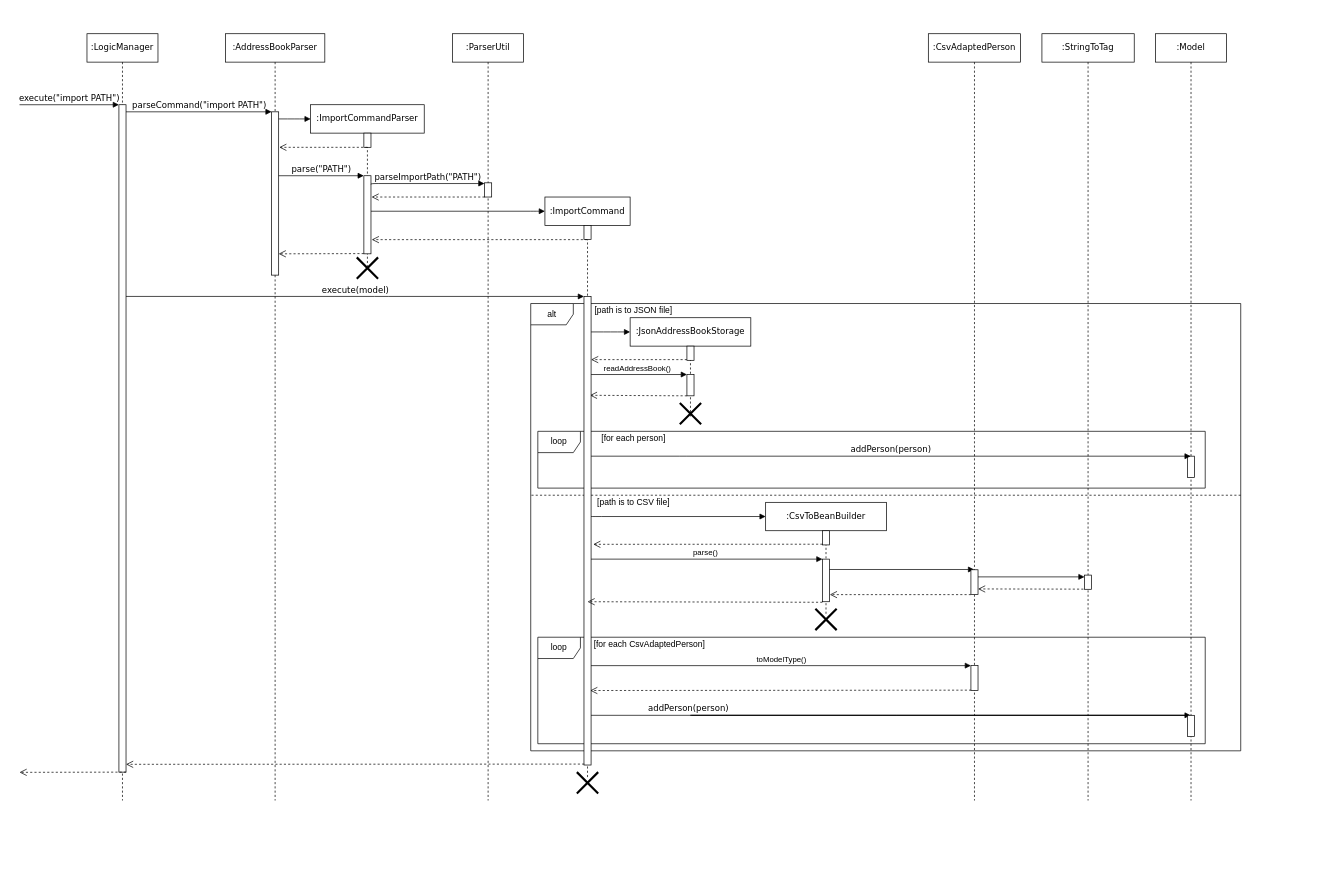
Earlier version of the draw.io diagram docs/diagrams/ImportSequenceDiagram.drawio (nus-cs2103-AY2223S1/tp). Source tidied: cells renumbered, new cells numbered last; positions are measured from the earlier drawing's top-left corner, leaving out a move shared by most shapes. Both pictures are drawn from the tidied source at 71%, with x=0, y=0 at pixel (19, 33).
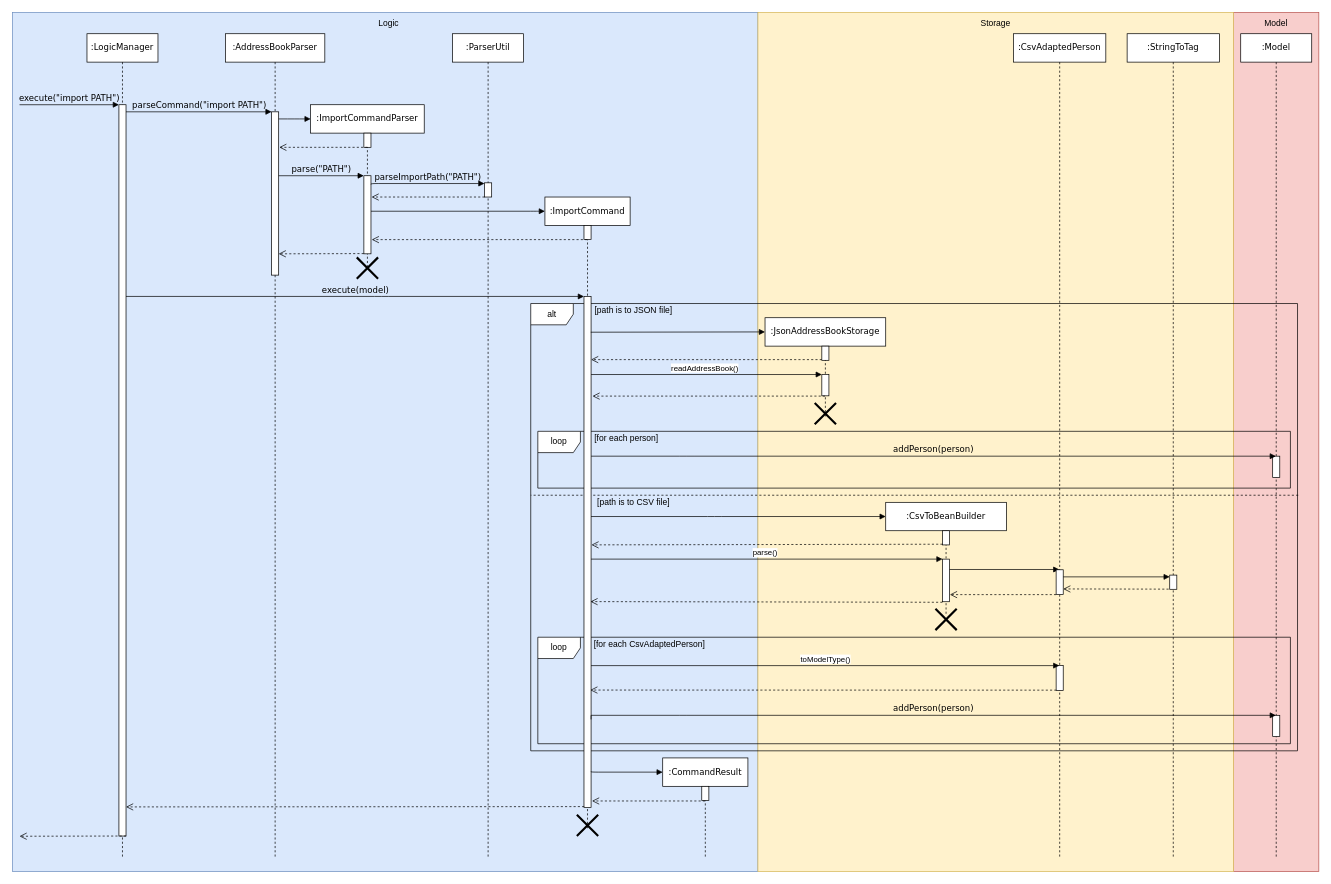
The same diagram, later.

The change refers to these unchanged cells:
```xml
<mxCell id="45" style="html=1;points=[];perimeter=orthogonalPerimeter;rounded=0;glass=0;" parent="44" vertex="1">
  <mxGeometry x="80" y="40" width="10" height="20" as="geometry" />
</mxCell>
<mxCell id="46" style="html=1;points=[];perimeter=orthogonalPerimeter;rounded=0;glass=0;" parent="44" vertex="1">
  <mxGeometry x="80" y="80" width="10" height="60" as="geometry" />
</mxCell>
<mxCell id="58" style="html=1;points=[];perimeter=orthogonalPerimeter;rounded=0;glass=0;" parent="56" vertex="1">
  <mxGeometry x="60" y="762.5" width="10" height="20" as="geometry" />
</mxCell>
```

Diff of the diagram source:
```diff
@@
+    <mxCell id="70" style="rounded=0;whiteSpace=wrap;html=1;glass=0;fillColor=#f8cecc;strokeColor=#b85450;" parent="1" vertex="1">
+      <mxGeometry x="1710" y="-30" width="120" height="1210" as="geometry" />
+    </mxCell>
+    <mxCell id="71" style="rounded=0;whiteSpace=wrap;html=1;glass=0;fillColor=#dae8fc;strokeColor=#6c8ebf;" parent="1" vertex="1">
+      <mxGeometry x="-10" y="-30" width="1050" height="1210" as="geometry" />
+    </mxCell>
+    <mxCell id="72" style="rounded=0;whiteSpace=wrap;html=1;glass=0;fillColor=#fff2cc;strokeColor=#d6b656;" parent="1" vertex="1">
+      <mxGeometry x="1040" y="-30" width="670" height="1210" as="geometry" />
+    </mxCell>
+    <mxCell id="3" value="alt" style="shape=umlFrame;whiteSpace=wrap;html=1;rounded=0;glass=0;" parent="1" vertex="1">
+      <mxGeometry x="720" y="380" width="1080" height="630" as="geometry" />
+    </mxCell>
     <mxCell id="2" value="loop" style="shape=umlFrame;whiteSpace=wrap;html=1;rounded=0;glass=0;" parent="1" vertex="1">
-      <mxGeometry x="730" y="850" width="940" height="150" as="geometry" />
+      <mxGeometry x="730" y="850" width="1060" height="150" as="geometry" />
     </mxCell>
-    <mxCell id="3" value="alt" style="shape=umlFrame;whiteSpace=wrap;html=1;rounded=0;glass=0;" parent="1" vertex="1">
-      <mxGeometry x="720" y="380" width="1000" height="630" as="geometry" />
-    </mxCell>
     <mxCell id="4" value="loop" style="shape=umlFrame;whiteSpace=wrap;html=1;rounded=0;glass=0;" parent="1" vertex="1">
-      <mxGeometry x="730" y="560" width="940" height="80" as="geometry" />
+      <mxGeometry x="730" y="560" width="1060" height="80" as="geometry" />
     </mxCell>
     <mxCell id="5" value=":AddressBookParser" style="shape=umlLifeline;perimeter=lifelinePerimeter;whiteSpace=wrap;html=1;rounded=0;shadow=0;comic=0;labelBackgroundColor=none;strokeWidth=1;fontFamily=Verdana;fontSize=12;align=center;" parent="1" vertex="1">
-      <mxGeometry x="290" width="140" height="1080" as="geometry" />
+      <mxGeometry x="290" width="140" height="1160" as="geometry" />
     </mxCell>
@@
     <mxCell id="8" value=":ParserUtil" style="shape=umlLifeline;perimeter=lifelinePerimeter;whiteSpace=wrap;html=1;rounded=0;shadow=0;comic=0;labelBackgroundColor=none;strokeWidth=1;fontFamily=Verdana;fontSize=12;align=center;" parent="1" vertex="1">
-      <mxGeometry x="610" width="100" height="1080" as="geometry" />
+      <mxGeometry x="610" width="100" height="1160" as="geometry" />
     </mxCell>
     <mxCell id="9" value=":ImportCommand" style="shape=umlLifeline;perimeter=lifelinePerimeter;whiteSpace=wrap;html=1;outlineConnect=0;rounded=0;shadow=0;comic=0;labelBackgroundColor=none;strokeWidth=1;fontFamily=Verdana;fontSize=12;align=center;" parent="1" vertex="1">
-      <mxGeometry x="740" y="230" width="120" height="820" as="geometry" />
+      <mxGeometry x="740" y="230" width="120" height="890" as="geometry" />
     </mxCell>
@@
-    <mxCell id="11" style="html=1;verticalAlign=bottom;endArrow=block;labelBackgroundColor=none;fontFamily=Verdana;fontSize=12;edgeStyle=elbowEdgeStyle;elbow=vertical;" parent="9" edge="1">
-      <mxGeometry relative="1" as="geometry">
-        <mxPoint x="65" y="190" as="sourcePoint" />
-        <mxPoint x="120" y="190" as="targetPoint" />
-      </mxGeometry>
-    </mxCell>
     <mxCell id="12" value=":JsonAddressBookStorage" style="shape=umlLifeline;perimeter=lifelinePerimeter;whiteSpace=wrap;html=1;outlineConnect=0;rounded=0;shadow=0;comic=0;labelBackgroundColor=none;strokeWidth=1;fontFamily=Verdana;fontSize=12;align=center;" parent="1" vertex="1">
-      <mxGeometry x="860" y="400" width="170" height="140" as="geometry" />
+      <mxGeometry x="1050" y="400" width="170" height="140" as="geometry" />
     </mxCell>
@@
+    <mxCell id="42" style="shape=umlDestroy;whiteSpace=wrap;html=1;strokeWidth=3;rounded=0;glass=0;" parent="12" vertex="1">
+      <mxGeometry x="70" y="120" width="30" height="30" as="geometry" />
+    </mxCell>
     <mxCell id="15" value=":Model" style="shape=umlLifeline;perimeter=lifelinePerimeter;whiteSpace=wrap;html=1;outlineConnect=0;rounded=0;shadow=0;comic=0;labelBackgroundColor=none;strokeWidth=1;fontFamily=Verdana;fontSize=12;align=center;" parent="1" vertex="1">
-      <mxGeometry x="1600" width="100" height="1080" as="geometry" />
+      <mxGeometry x="1720" width="100" height="1160" as="geometry" />
     </mxCell>
@@
     <mxCell id="17" style="endArrow=none;dashed=1;html=1;rounded=0;" parent="15" edge="1">
       <mxGeometry relative="1" as="geometry">
-        <mxPoint x="120" y="650" as="sourcePoint" />
-        <mxPoint x="-880" y="650" as="targetPoint" />
+        <mxPoint x="81" y="650" as="sourcePoint" />
+        <mxPoint x="-1000" y="650" as="targetPoint" />
       </mxGeometry>
     </mxCell>
+    <mxCell id="61" style="html=1;points=[];perimeter=orthogonalPerimeter;rounded=0;shadow=0;comic=0;labelBackgroundColor=none;strokeColor=#000000;strokeWidth=1;fillColor=#FFFFFF;fontFamily=Verdana;fontSize=12;fontColor=#000000;align=center;" parent="15" vertex="1">
+      <mxGeometry x="45" y="960" width="10" height="30" as="geometry" />
+    </mxCell>
     <mxCell id="18" value=":LogicManager" style="shape=umlLifeline;perimeter=lifelinePerimeter;whiteSpace=wrap;html=1;rounded=0;shadow=0;comic=0;labelBackgroundColor=none;strokeWidth=1;fontFamily=Verdana;fontSize=12;align=center;" parent="1" vertex="1">
-      <mxGeometry x="95" width="100" height="1080" as="geometry" />
+      <mxGeometry x="95" width="100" height="1160" as="geometry" />
     </mxCell>
     <mxCell id="19" style="html=1;points=[];perimeter=orthogonalPerimeter;rounded=0;shadow=0;comic=0;labelBackgroundColor=none;strokeWidth=1;fontFamily=Verdana;fontSize=12;align=center;" parent="18" vertex="1">
-      <mxGeometry x="45" y="100" width="10" height="940" as="geometry" />
+      <mxGeometry x="45" y="100" width="10" height="1030" as="geometry" />
     </mxCell>
@@
     <mxCell id="21" style="html=1;verticalAlign=bottom;endArrow=open;dashed=1;endSize=8;labelBackgroundColor=none;fontFamily=Verdana;fontSize=12;edgeStyle=elbowEdgeStyle;elbow=vertical;exitX=-0.013;exitY=0.997;exitDx=0;exitDy=0;exitPerimeter=0;" parent="18" edge="1">
       <mxGeometry x="-0.13" y="-10" relative="1" as="geometry">
-        <mxPoint x="55" y="1040" as="sourcePoint" />
-        <mxPoint x="-95" y="1040" as="targetPoint" />
+        <mxPoint x="55" y="1130" as="sourcePoint" />
+        <mxPoint x="-95" y="1130" as="targetPoint" />
         <Array as="points">
-          <mxPoint x="30.1" y="1040.3" />
-          <mxPoint x="-69.9" y="1030.3" />
-          <mxPoint x="-9.9" y="1030.3" />
+          <mxPoint x="30.1" y="1130.3" />
+          <mxPoint x="-69.9" y="1120.3" />
+          <mxPoint x="-9.9" y="1120.3" />
         </Array>
       </mxGeometry>
     </mxCell>
@@
-    <mxCell id="39" style="html=1;verticalAlign=bottom;endArrow=open;dashed=1;endSize=8;rounded=0;entryX=0.833;entryY=0.211;entryDx=0;entryDy=0;entryPerimeter=0;" parent="1" edge="1" target="52">
-      <mxGeometry relative="1" as="geometry">
-        <mxPoint x="940" y="510" as="sourcePoint" />
-      </mxGeometry>
+    <mxCell id="39" style="html=1;verticalAlign=bottom;endArrow=open;dashed=1;endSize=8;rounded=0;entryX=1.2;entryY=0.195;entryDx=0;entryDy=0;entryPerimeter=0;" parent="1" edge="1" source="12" target="52">
+      <mxGeometry relative="1" as="geometry" />
     </mxCell>
     <mxCell id="40" value="[for each person]" style="text;html=1;strokeColor=none;fillColor=none;align=center;verticalAlign=middle;whiteSpace=wrap;rounded=0;glass=0;" parent="1" vertex="1">
-      <mxGeometry x="805" y="560" width="120" height="20" as="geometry" />
+      <mxGeometry x="795" y="560" width="120" height="20" as="geometry" />
     </mxCell>
@@
-    <mxCell id="42" style="shape=umlDestroy;whiteSpace=wrap;html=1;strokeWidth=3;rounded=0;glass=0;" parent="1" vertex="1">
-      <mxGeometry x="930" y="520" width="30" height="30" as="geometry" />
-    </mxCell>
-    <mxCell id="43" style="html=1;verticalAlign=bottom;endArrow=block;labelBackgroundColor=none;fontFamily=Verdana;fontSize=12;edgeStyle=elbowEdgeStyle;elbow=vertical;" parent="1" edge="1">
+    <mxCell id="43" style="html=1;verticalAlign=bottom;endArrow=block;labelBackgroundColor=none;fontFamily=Verdana;fontSize=12;edgeStyle=elbowEdgeStyle;elbow=vertical;" parent="1" edge="1" source="9">
       <mxGeometry relative="1" as="geometry">
-        <mxPoint x="805" y="680" as="sourcePoint" />
-        <mxPoint x="1050.9" y="680" as="targetPoint" />
+        <mxPoint x="1220" y="680" as="targetPoint" />
         <Array as="points">
-          <mxPoint x="810" y="680" />
+          <mxPoint x="979.1" y="680" />
         </Array>
       </mxGeometry>
     </mxCell>
     <mxCell id="44" value=":CsvToBeanBuilder" style="shape=umlLifeline;perimeter=lifelinePerimeter;whiteSpace=wrap;html=1;rounded=0;shadow=0;comic=0;labelBackgroundColor=none;strokeWidth=1;fontFamily=Verdana;fontSize=12;align=center;" parent="1" vertex="1">
-      <mxGeometry x="1050.9" y="660" width="170" height="160" as="geometry" />
+      <mxGeometry x="1220" y="660" width="170" height="160" as="geometry" />
     </mxCell>
@@
-    <mxCell id="49" style="html=1;verticalAlign=bottom;endArrow=open;dashed=1;endSize=8;exitX=0;exitY=0.95;rounded=0;entryX=1.304;entryY=0.529;entryDx=0;entryDy=0;entryPerimeter=0;" parent="1" edge="1" source="45" target="52">
+    <mxCell id="49" style="html=1;verticalAlign=bottom;endArrow=open;dashed=1;endSize=8;exitX=0;exitY=0.95;rounded=0;entryX=1.053;entryY=0.486;entryDx=0;entryDy=0;entryPerimeter=0;" parent="1" edge="1" source="45" target="52">
       <mxGeometry relative="1" as="geometry" />
     </mxCell>
     <mxCell id="50" style="shape=umlDestroy;whiteSpace=wrap;html=1;strokeWidth=3;rounded=0;glass=0;" parent="1" vertex="1">
-      <mxGeometry x="1120.9" y="810" width="30" height="30" as="geometry" />
+      <mxGeometry x="1290" y="810" width="30" height="30" as="geometry" />
     </mxCell>
@@
     <mxCell id="52" style="html=1;points=[];perimeter=orthogonalPerimeter;rounded=0;shadow=0;comic=0;labelBackgroundColor=none;strokeWidth=1;fontFamily=Verdana;fontSize=12;align=center;" parent="1" vertex="1">
-      <mxGeometry x="795" y="370" width="10" height="660" as="geometry" />
+      <mxGeometry x="795" y="370" width="10" height="720" as="geometry" />
     </mxCell>
     <mxCell id="53" value=":CsvAdaptedPerson" style="shape=umlLifeline;perimeter=lifelinePerimeter;whiteSpace=wrap;html=1;outlineConnect=0;rounded=0;shadow=0;comic=0;labelBackgroundColor=none;strokeWidth=1;fontFamily=Verdana;fontSize=12;align=center;" parent="1" vertex="1">
-      <mxGeometry x="1280" width="130" height="1080" as="geometry" />
+      <mxGeometry x="1400" width="130" height="1160" as="geometry" />
     </mxCell>
@@
+    <mxCell id="63" style="html=1;points=[];perimeter=orthogonalPerimeter;rounded=0;glass=0;" parent="53" vertex="1">
+      <mxGeometry x="60" y="890" width="10" height="35" as="geometry" />
+    </mxCell>
     <mxCell id="56" value=":StringToTag" style="shape=umlLifeline;perimeter=lifelinePerimeter;whiteSpace=wrap;html=1;rounded=0;shadow=0;comic=0;labelBackgroundColor=none;strokeWidth=1;fontFamily=Verdana;fontSize=12;align=center;" parent="1" vertex="1">
-      <mxGeometry x="1440" width="130" height="1080" as="geometry" />
+      <mxGeometry x="1560" width="130" height="1160" as="geometry" />
     </mxCell>
@@
-    <mxCell id="60" value="addPerson(person)" style="html=1;verticalAlign=bottom;endArrow=block;labelBackgroundColor=none;fontFamily=Verdana;fontSize=12;edgeStyle=elbowEdgeStyle;elbow=vertical;startArrow=none;" parent="1" edge="1" source="61">
-      <mxGeometry relative="1" as="geometry">
-        <mxPoint x="1649.5" y="960" as="targetPoint" />
-        <Array as="points">
-          <mxPoint x="940" y="960" />
-        </Array>
-      </mxGeometry>
-    </mxCell>
-    <mxCell id="61" style="html=1;points=[];perimeter=orthogonalPerimeter;rounded=0;shadow=0;comic=0;labelBackgroundColor=none;strokeColor=#000000;strokeWidth=1;fillColor=#FFFFFF;fontFamily=Verdana;fontSize=12;fontColor=#000000;align=center;" parent="1" vertex="1">
-      <mxGeometry x="1645" y="960" width="10" height="30" as="geometry" />
-    </mxCell>
-    <mxCell id="62" style="html=1;verticalAlign=bottom;endArrow=none;labelBackgroundColor=none;fontFamily=Verdana;fontSize=12;edgeStyle=elbowEdgeStyle;elbow=vertical;" parent="1" edge="1" target="61">
+    <mxCell id="62" style="html=1;verticalAlign=bottom;endArrow=none;labelBackgroundColor=none;fontFamily=Verdana;fontSize=12;edgeStyle=elbowEdgeStyle;elbow=vertical;" parent="1" edge="1" target="2">
       <mxGeometry relative="1" as="geometry">
         <mxPoint x="805" y="960" as="sourcePoint" />
       </mxGeometry>
     </mxCell>
-    <mxCell id="63" style="html=1;points=[];perimeter=orthogonalPerimeter;rounded=0;glass=0;" parent="1" vertex="1">
-      <mxGeometry x="1340" y="890" width="10" height="35" as="geometry" />
-    </mxCell>
-    <mxCell id="64" value="toModelType()" style="html=1;verticalAlign=bottom;endArrow=block;rounded=0;" parent="1" edge="1">
+    <mxCell id="64" value="toModelType()" style="html=1;verticalAlign=bottom;endArrow=block;rounded=0;" parent="1" edge="1" target="53">
       <mxGeometry relative="1" as="geometry">
         <mxPoint x="805" y="890" as="sourcePoint" />
-        <mxPoint x="1340" y="890" as="targetPoint" />
       </mxGeometry>
     </mxCell>
-    <mxCell id="65" style="html=1;verticalAlign=bottom;endArrow=open;dashed=1;endSize=8;rounded=0;exitX=0.039;exitY=0.987;exitDx=0;exitDy=0;exitPerimeter=0;entryX=0.876;entryY=0.841;entryDx=0;entryDy=0;entryPerimeter=0;" parent="1" edge="1" source="63" target="52">
+    <mxCell id="65" style="html=1;verticalAlign=bottom;endArrow=open;dashed=1;endSize=8;rounded=0;exitX=0.039;exitY=0.987;exitDx=0;exitDy=0;exitPerimeter=0;entryX=0.887;entryY=0.77;entryDx=0;entryDy=0;entryPerimeter=0;" parent="1" edge="1" source="63" target="52">
       <mxGeometry relative="1" as="geometry" />
     </mxCell>
-    <mxCell id="66" style="html=1;verticalAlign=bottom;endArrow=open;dashed=1;endSize=8;rounded=0;exitX=-0.012;exitY=1.013;exitDx=0;exitDy=0;exitPerimeter=0;" parent="1" edge="1" source="46">
-      <mxGeometry relative="1" as="geometry">
-        <mxPoint x="800" y="800" as="targetPoint" />
-      </mxGeometry>
+    <mxCell id="66" style="html=1;verticalAlign=bottom;endArrow=open;dashed=1;endSize=8;rounded=0;exitX=-0.012;exitY=1.013;exitDx=0;exitDy=0;exitPerimeter=0;entryX=0.91;entryY=0.597;entryDx=0;entryDy=0;entryPerimeter=0;" parent="1" edge="1" source="46" target="52">
+      <mxGeometry relative="1" as="geometry" />
     </mxCell>
     <mxCell id="67" style="html=1;verticalAlign=bottom;endArrow=open;dashed=1;endSize=8;exitX=0.033;exitY=0.998;rounded=0;exitDx=0;exitDy=0;exitPerimeter=0;" parent="1" edge="1" source="52">
       <mxGeometry relative="1" as="geometry">
-        <mxPoint x="150" y="1029" as="targetPoint" />
+        <mxPoint x="150" y="1089" as="targetPoint" />
       </mxGeometry>
     </mxCell>
     <mxCell id="68" style="html=1;verticalAlign=bottom;endArrow=open;dashed=1;endSize=8;rounded=0;exitX=-0.157;exitY=0.989;exitDx=0;exitDy=0;exitPerimeter=0;" parent="1" edge="1" source="58">
       <mxGeometry relative="1" as="geometry">
-        <mxPoint x="1350" y="782" as="targetPoint" />
+        <mxPoint x="1470" y="782" as="targetPoint" />
       </mxGeometry>
     </mxCell>
     <mxCell id="69" style="shape=umlDestroy;whiteSpace=wrap;html=1;strokeWidth=3;rounded=0;glass=0;" parent="1" vertex="1">
-      <mxGeometry x="785" y="1040" width="30" height="30" as="geometry" />
+      <mxGeometry x="785" y="1100" width="30" height="30" as="geometry" />
     </mxCell>
+    <mxCell id="73" value=":CommandResult" style="shape=umlLifeline;perimeter=lifelinePerimeter;whiteSpace=wrap;html=1;outlineConnect=0;rounded=0;shadow=0;comic=0;labelBackgroundColor=none;strokeWidth=1;fontFamily=Verdana;fontSize=12;align=center;" parent="1" vertex="1">
+      <mxGeometry x="905.9" y="1020" width="120" height="140" as="geometry" />
+    </mxCell>
+    <mxCell id="74" style="html=1;perimeter=orthogonalPerimeter;rounded=0;shadow=0;comic=0;labelBackgroundColor=none;strokeWidth=1;fontFamily=Verdana;fontSize=12;align=center;" parent="73" vertex="1">
+      <mxGeometry x="55" y="40" width="10" height="20" as="geometry" />
+    </mxCell>
+    <mxCell id="75" style="html=1;verticalAlign=bottom;endArrow=block;labelBackgroundColor=none;fontFamily=Verdana;fontSize=12;edgeStyle=elbowEdgeStyle;elbow=vertical;" parent="1" edge="1">
+      <mxGeometry relative="1" as="geometry">
+        <mxPoint x="805" y="1039" as="sourcePoint" />
+        <mxPoint x="905.9" y="1040.2" as="targetPoint" />
+      </mxGeometry>
+    </mxCell>
+    <mxCell id="76" style="html=1;verticalAlign=bottom;endArrow=open;dashed=1;endSize=8;rounded=0;entryX=1.133;entryY=0.987;entryDx=0;entryDy=0;entryPerimeter=0;" parent="1" edge="1" source="73" target="52">
+      <mxGeometry relative="1" as="geometry" />
+    </mxCell>
+    <mxCell id="77" style="html=1;verticalAlign=bottom;endArrow=block;labelBackgroundColor=none;fontFamily=Verdana;fontSize=12;edgeStyle=elbowEdgeStyle;elbow=vertical;exitX=0.956;exitY=0.07;exitDx=0;exitDy=0;exitPerimeter=0;" parent="1" edge="1" source="52">
+      <mxGeometry relative="1" as="geometry">
+        <mxPoint x="1050" y="420" as="targetPoint" />
+        <Array as="points">
+          <mxPoint x="809.1" y="420" />
+        </Array>
+      </mxGeometry>
+    </mxCell>
+    <mxCell id="60" value="addPerson(person)" style="html=1;verticalAlign=bottom;endArrow=block;labelBackgroundColor=none;fontFamily=Verdana;fontSize=12;edgeStyle=elbowEdgeStyle;elbow=vertical;" parent="1" edge="1">
+      <mxGeometry relative="1" as="geometry">
+        <mxPoint x="805" y="960" as="sourcePoint" />
+        <mxPoint x="1769.5" y="960" as="targetPoint" />
+        <Array as="points">
+          <mxPoint x="940" y="960" />
+        </Array>
+      </mxGeometry>
+    </mxCell>
+    <mxCell id="78" value="Logic" style="text;html=1;strokeColor=none;fillColor=none;align=center;verticalAlign=middle;whiteSpace=wrap;rounded=0;glass=0;" parent="1" vertex="1">
+      <mxGeometry x="490" y="-30" width="60" height="30" as="geometry" />
+    </mxCell>
+    <mxCell id="79" value="Storage" style="text;html=1;strokeColor=none;fillColor=none;align=center;verticalAlign=middle;whiteSpace=wrap;rounded=0;glass=0;" parent="1" vertex="1">
+      <mxGeometry x="1345" y="-30" width="60" height="30" as="geometry" />
+    </mxCell>
+    <mxCell id="80" value="Model" style="text;html=1;strokeColor=none;fillColor=none;align=center;verticalAlign=middle;whiteSpace=wrap;rounded=0;glass=0;" parent="1" vertex="1">
+      <mxGeometry x="1740" y="-30" width="60" height="30" as="geometry" />
+    </mxCell>
```
